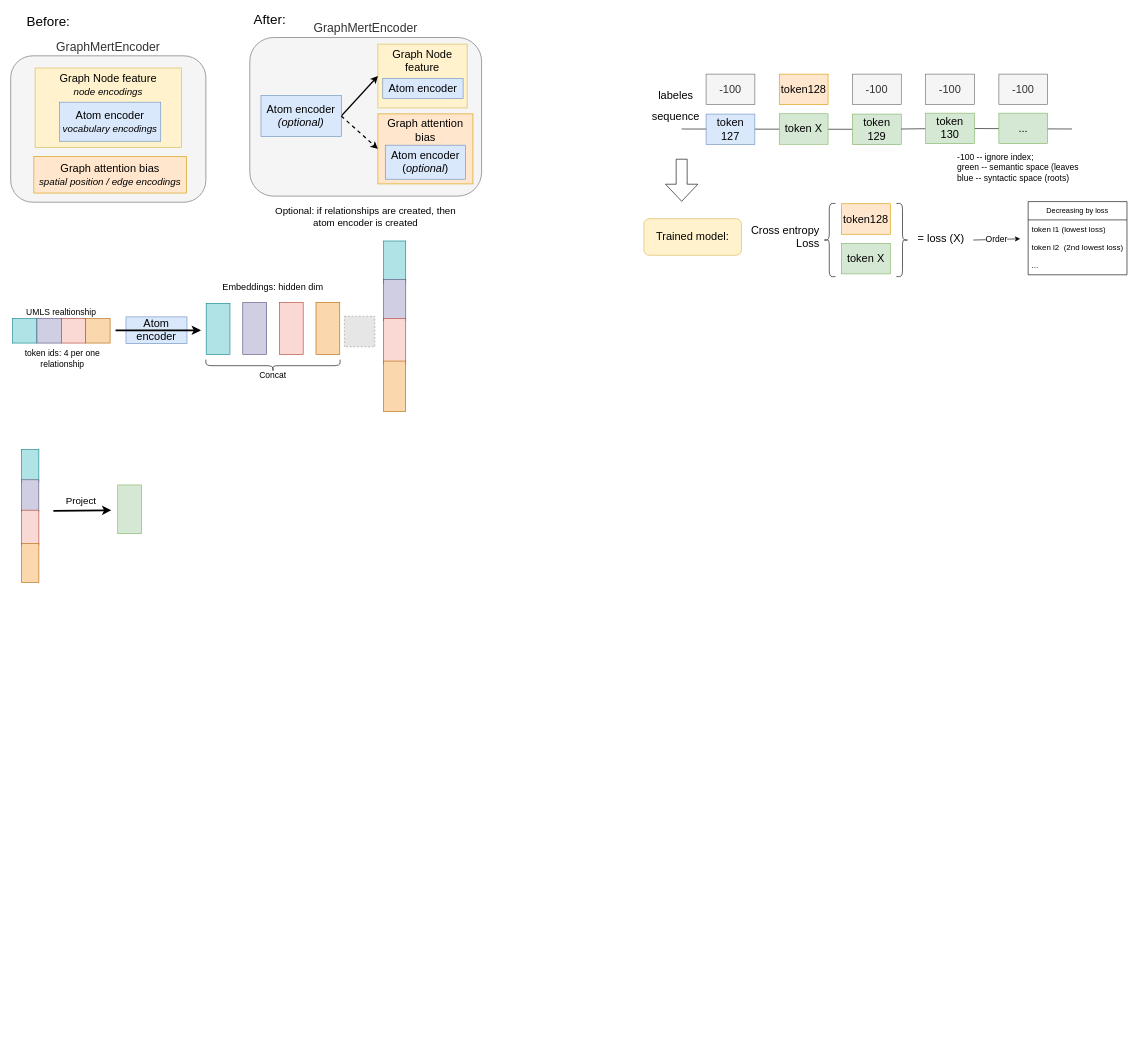
Earlier version of the draw.io diagram page "Page-1" (1 of 2) of presentations/Untitled Diagram.drawio (across-stars/draw.io). Source tidied: cells renumbered, new cells numbered last; positions are measured from the earlier drawing's top-left corner, leaving out a move shared by most shapes. Both pictures are drawn from the tidied source at 61%, with x=0, y=0 at pixel (10, 10). Pictures stored in the file or linked from it are replaced by grey dashed boxes.
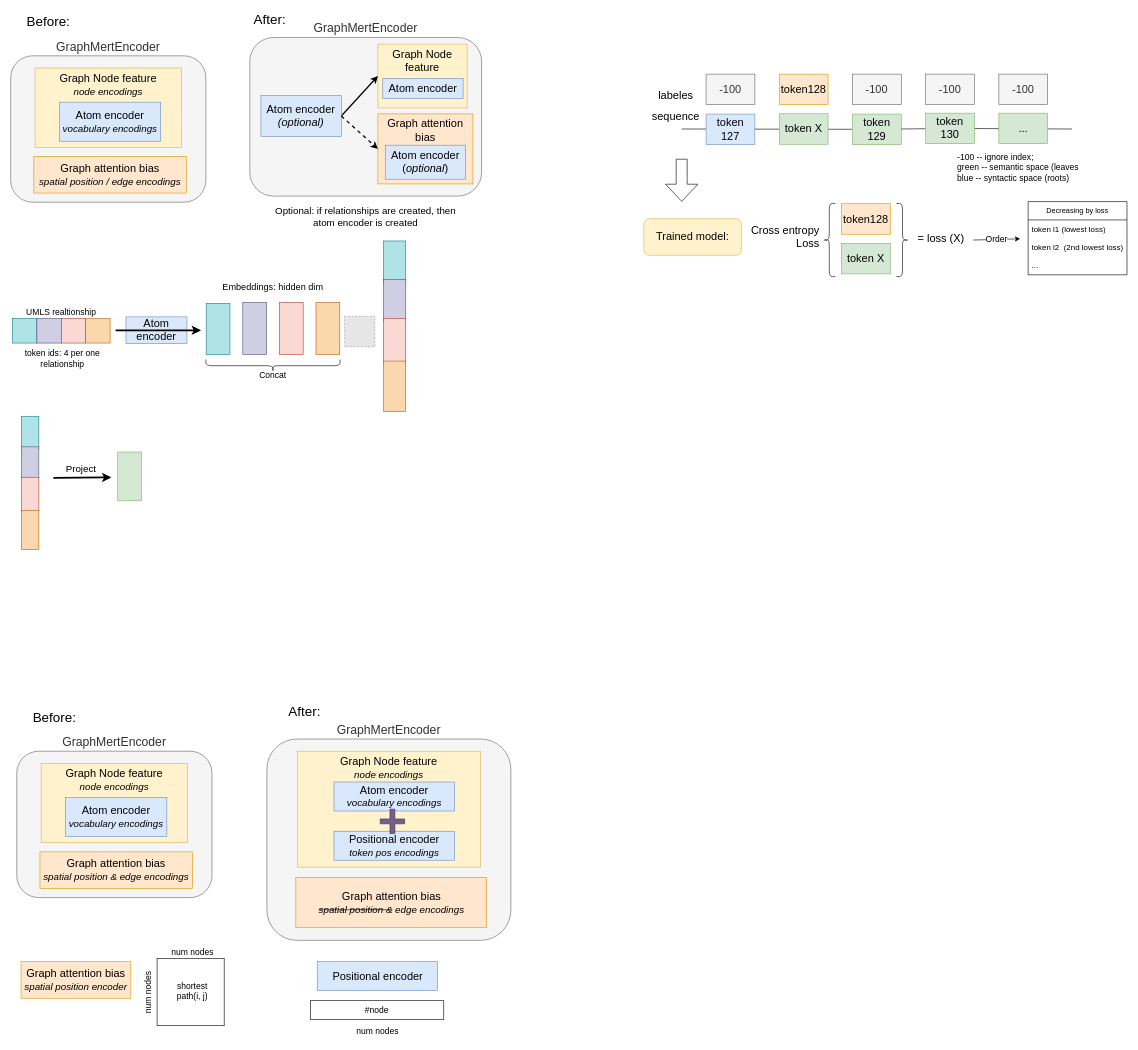
The same diagram, later.

Change to the diagram source:
```diff
@@
     <mxCell id="27" style="rounded=0;whiteSpace=wrap;html=1;rotation=-90;fillColor=#d5e8d4;strokeColor=#82b366;" parent="1" vertex="1">
-      <mxGeometry x="155" y="798" width="80" height="39" as="geometry" />
+      <mxGeometry x="155" y="744" width="80" height="39" as="geometry" />
     </mxCell>
     <mxCell id="28" style="endArrow=classic;html=1;rounded=0;strokeWidth=3;" parent="1" edge="1">
       <mxGeometry relative="1" as="geometry">
-        <mxPoint x="70" y="820" as="sourcePoint" />
-        <mxPoint x="165" y="819" as="targetPoint" />
+        <mxPoint x="70" y="766" as="sourcePoint" />
+        <mxPoint x="165" y="765" as="targetPoint" />
       </mxGeometry>
     </mxCell>
@@
     <mxCell id="44" style="group;" parent="1" vertex="1">
-      <mxGeometry x="17" y="721" width="30" height="214.5" as="geometry" />
+      <mxGeometry x="17" y="667" width="30" height="214.5" as="geometry" />
     </mxCell>
@@
+    <mxCell id="79" style="group;" parent="1" vertex="1">
+      <mxGeometry x="10" y="1214" width="320" height="240" as="geometry" />
+    </mxCell>
+    <mxCell id="80" value="&lt;font style=&quot;font-size: 20px;&quot;&gt;GraphMertEncoder&lt;/font&gt;" style="rounded=1;whiteSpace=wrap;html=1;labelPosition=center;verticalLabelPosition=top;align=center;verticalAlign=bottom;fontSize=18;fillColor=#f5f5f5;fontColor=#333333;strokeColor=#666666;" parent="79" vertex="1">
+      <mxGeometry width="320" height="240" as="geometry" />
+    </mxCell>
+    <mxCell id="81" value="&lt;font style=&quot;font-size: 18px;&quot;&gt;Graph Node feature&lt;/font&gt;&lt;div&gt;&lt;i&gt;&lt;font style=&quot;font-size: 16px;&quot;&gt;node encodings&lt;/font&gt;&lt;/i&gt;&lt;/div&gt;" style="rounded=0;whiteSpace=wrap;html=1;verticalAlign=top;fillColor=#fff2cc;strokeColor=#d6b656;" parent="79" vertex="1">
+      <mxGeometry x="40" y="20" width="240" height="130" as="geometry" />
+    </mxCell>
+    <mxCell id="82" value="&lt;font style=&quot;font-size: 18px;&quot;&gt;Graph attention bias&lt;/font&gt;&lt;div&gt;&lt;font size=&quot;1&quot;&gt;&lt;i style=&quot;font-size: 16px;&quot;&gt;spatial position &amp;amp; edge encodings&lt;/i&gt;&lt;/font&gt;&lt;/div&gt;" style="rounded=0;whiteSpace=wrap;html=1;fillColor=#ffe6cc;strokeColor=#d79b00;" parent="79" vertex="1">
+      <mxGeometry x="38" y="165" width="250" height="60" as="geometry" />
+    </mxCell>
+    <mxCell id="83" value="&lt;font style=&quot;font-size: 18px;&quot;&gt;Atom encoder&lt;/font&gt;&lt;div&gt;&lt;font style=&quot;font-size: 16px;&quot;&gt;&lt;i&gt;vocabulary encodings&lt;/i&gt;&lt;/font&gt;&lt;/div&gt;" style="rounded=0;whiteSpace=wrap;html=1;fillColor=#dae8fc;strokeColor=#6c8ebf;" parent="79" vertex="1">
+      <mxGeometry x="80" y="76" width="166" height="64" as="geometry" />
+    </mxCell>
+    <mxCell id="84" value="&lt;font style=&quot;font-size: 22px;&quot;&gt;Before:&lt;/font&gt;" style="text;html=1;align=center;verticalAlign=middle;whiteSpace=wrap;rounded=0;" parent="1" vertex="1">
+      <mxGeometry x="27" y="1144" width="90" height="30" as="geometry" />
+    </mxCell>
+    <mxCell id="85" style="group;" parent="1" vertex="1">
+      <mxGeometry x="420" y="1194" width="400" height="330" as="geometry" />
+    </mxCell>
+    <mxCell id="86" value="&lt;font style=&quot;font-size: 20px;&quot;&gt;GraphMertEncoder&lt;/font&gt;" style="rounded=1;whiteSpace=wrap;html=1;labelPosition=center;verticalLabelPosition=top;align=center;verticalAlign=bottom;fontSize=18;fillColor=#f5f5f5;fontColor=#333333;strokeColor=#666666;" parent="85" vertex="1">
+      <mxGeometry width="400" height="330" as="geometry" />
+    </mxCell>
+    <mxCell id="87" value="&lt;font style=&quot;font-size: 18px;&quot;&gt;Graph Node feature&lt;/font&gt;&lt;div&gt;&lt;i&gt;&lt;font style=&quot;font-size: 16px;&quot;&gt;node encodings&lt;/font&gt;&lt;/i&gt;&lt;/div&gt;" style="rounded=0;whiteSpace=wrap;html=1;verticalAlign=top;fillColor=#fff2cc;strokeColor=#d6b656;" parent="85" vertex="1">
+      <mxGeometry x="50" y="20" width="300" height="190" as="geometry" />
+    </mxCell>
+    <mxCell id="88" value="&lt;font style=&quot;font-size: 18px;&quot;&gt;Graph attention bias&lt;/font&gt;&lt;div&gt;&lt;font size=&quot;1&quot;&gt;&lt;i style=&quot;font-size: 16px;&quot;&gt;&lt;strike&gt;spatial position&amp;nbsp;&amp;amp;&lt;/strike&gt; edge encodings&lt;/i&gt;&lt;/font&gt;&lt;/div&gt;" style="rounded=0;whiteSpace=wrap;html=1;fillColor=#ffe6cc;strokeColor=#d79b00;" parent="85" vertex="1">
+      <mxGeometry x="47.5" y="226.9" width="312.5" height="82.5" as="geometry" />
+    </mxCell>
+    <mxCell id="89" value="&lt;font style=&quot;font-size: 18px;&quot;&gt;Atom encoder&lt;/font&gt;&lt;div&gt;&lt;font style=&quot;font-size: 16px;&quot;&gt;&lt;i&gt;vocabulary encodings&lt;/i&gt;&lt;/font&gt;&lt;/div&gt;" style="rounded=0;whiteSpace=wrap;html=1;fillColor=#dae8fc;strokeColor=#6c8ebf;" parent="85" vertex="1">
+      <mxGeometry x="110" y="70.5" width="197.5" height="47.5" as="geometry" />
+    </mxCell>
+    <mxCell id="90" value="&lt;font style=&quot;font-size: 18px;&quot;&gt;Positional encoder&lt;/font&gt;&lt;div&gt;&lt;font style=&quot;font-size: 16px;&quot;&gt;&lt;i&gt;token pos encodings&lt;/i&gt;&lt;/font&gt;&lt;/div&gt;" style="rounded=0;whiteSpace=wrap;html=1;fillColor=#dae8fc;strokeColor=#6c8ebf;" parent="85" vertex="1">
+      <mxGeometry x="110" y="151.2" width="197.5" height="47.5" as="geometry" />
+    </mxCell>
+    <mxCell id="91" style="shape=cross;whiteSpace=wrap;html=1;fillColor=#76608a;strokeColor=#432D57;fontColor=#ffffff;" parent="85" vertex="1">
+      <mxGeometry x="185.8" y="115" width="40" height="40" as="geometry" />
+    </mxCell>
+    <mxCell id="92" value="&lt;font style=&quot;font-size: 22px;&quot;&gt;After:&lt;/font&gt;" style="text;html=1;align=center;verticalAlign=middle;whiteSpace=wrap;rounded=0;" parent="1" vertex="1">
+      <mxGeometry x="437" y="1134" width="90" height="30" as="geometry" />
+    </mxCell>
+    <mxCell id="93" value="&lt;font style=&quot;font-size: 18px;&quot;&gt;Graph attention bias&lt;/font&gt;&lt;div&gt;&lt;font size=&quot;1&quot;&gt;&lt;i style=&quot;font-size: 16px;&quot;&gt;spatial position encoder&lt;/i&gt;&lt;/font&gt;&lt;/div&gt;" style="rounded=0;whiteSpace=wrap;html=1;fillColor=#ffe6cc;strokeColor=#d79b00;" parent="1" vertex="1">
+      <mxGeometry x="17" y="1559" width="180" height="60" as="geometry" />
+    </mxCell>
+    <mxCell id="94" style="group;" parent="1" vertex="1">
+      <mxGeometry x="210" y="1528" width="140" height="135" as="geometry" />
+    </mxCell>
+    <mxCell id="95" style="whiteSpace=wrap;html=1;" parent="94" vertex="1">
+      <mxGeometry x="30" y="26" width="110" height="110" as="geometry" />
+    </mxCell>
+    <mxCell id="96" value="&lt;font style=&quot;font-size: 14px;&quot;&gt;num nodes&lt;/font&gt;" style="text;html=1;align=center;verticalAlign=middle;strokeColor=none;fillColor=none;" parent="94" vertex="1">
+      <mxGeometry x="43" width="90" height="30" as="geometry" />
+    </mxCell>
+    <mxCell id="97" value="&lt;font style=&quot;font-size: 14px;&quot;&gt;num nodes&lt;/font&gt;" style="text;html=1;align=center;verticalAlign=middle;strokeColor=none;fillColor=none;rotation=-90;" parent="94" vertex="1">
+      <mxGeometry x="-30" y="67" width="90" height="30" as="geometry" />
+    </mxCell>
+    <mxCell id="98" value="&lt;font style=&quot;font-size: 14px;&quot;&gt;shortest path(i, j)&lt;/font&gt;" style="text;html=1;align=center;verticalAlign=middle;whiteSpace=wrap;rounded=0;" parent="94" vertex="1">
+      <mxGeometry x="47.5" y="59" width="80" height="40" as="geometry" />
+    </mxCell>
+    <mxCell id="99" value="&lt;font style=&quot;font-size: 18px;&quot;&gt;Positional encoder&lt;/font&gt;" style="rounded=0;whiteSpace=wrap;html=1;fillColor=#dae8fc;strokeColor=#6c8ebf;" parent="1" vertex="1">
+      <mxGeometry x="502.5" y="1559" width="197.5" height="47.5" as="geometry" />
+    </mxCell>
+    <mxCell id="100" value="&lt;font style=&quot;font-size: 14px;&quot;&gt;#node&lt;/font&gt;" style="rounded=0;whiteSpace=wrap;html=1;" parent="1" vertex="1">
+      <mxGeometry x="491.2" y="1623" width="218.8" height="31" as="geometry" />
+    </mxCell>
+    <mxCell id="101" value="&lt;font style=&quot;font-size: 14px;&quot;&gt;num nodes&lt;/font&gt;" style="text;html=1;align=center;verticalAlign=middle;strokeColor=none;fillColor=none;" parent="1" vertex="1">
+      <mxGeometry x="556.2" y="1658" width="90" height="30" as="geometry" />
+    </mxCell>
```
